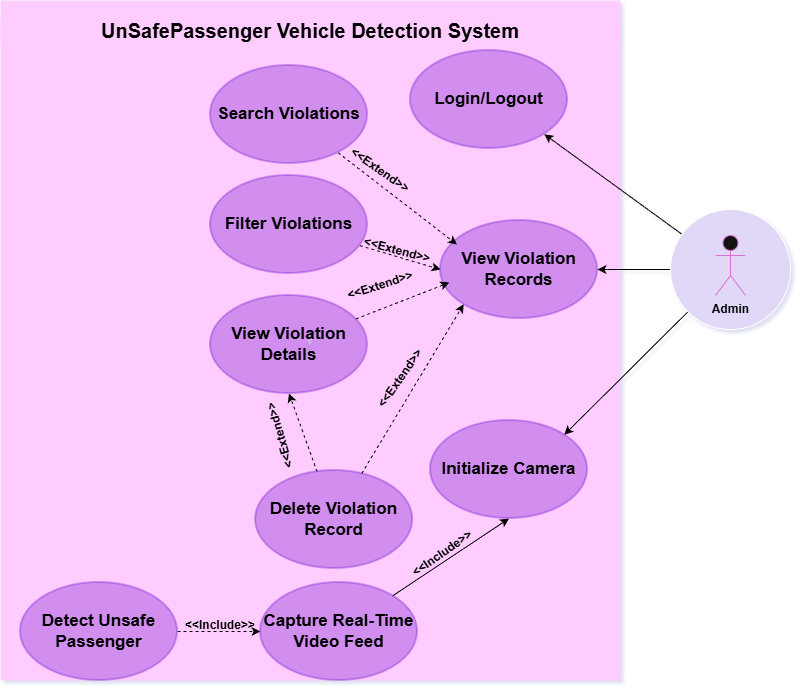
Earlier version of the draw.io export Use Case Diagram.png (safe-ride-AI/unsafe-passenger-detection). Source tidied: cells renumbered, new cells last; positions are measured from the earlier drawing's top-left corner, leaving out a move shared by most shapes.
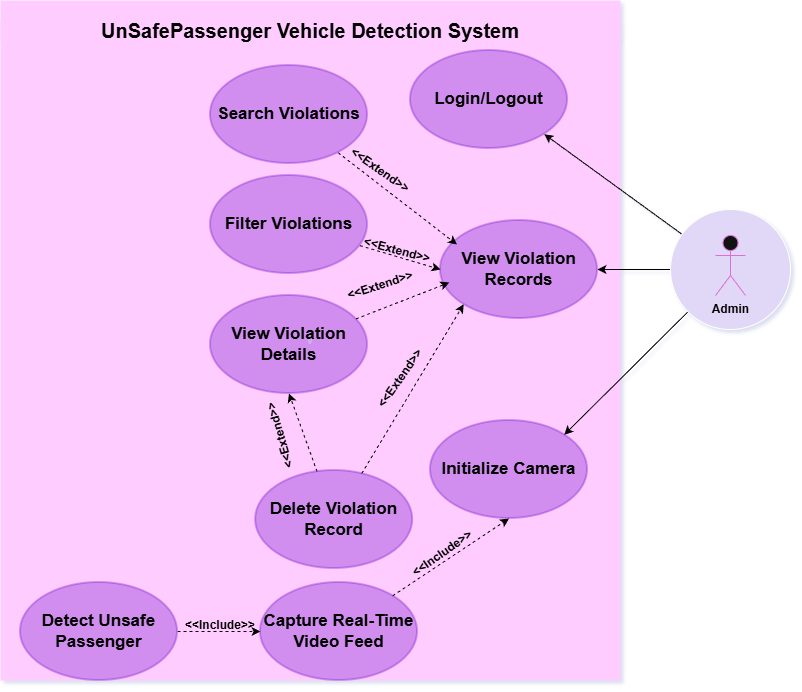
Later version of the same file.

Commit message:
Use case Diagram Updated

The edit, as a diff of the source:
```diff
@@ -5,7 +5,7 @@
     <mxCell id="2" value="v" style="rounded=0;whiteSpace=wrap;html=1;fillColor=light-dark(#FFCCFF,#FFCCFF);strokeColor=none;dashed=1;" parent="1" vertex="1">
       <mxGeometry width="620" height="680" as="geometry" />
     </mxCell>
-    <mxCell id="3" style="rounded=0;jettySize=auto;html=1;entryX=0.5;entryY=1;entryDx=0;entryDy=0;strokeColor=light-dark(#000000,#000000);" parent="1" edge="1" source="4" target="30">
+    <mxCell id="3" style="rounded=0;jettySize=auto;html=1;entryX=0.5;entryY=1;entryDx=0;entryDy=0;strokeColor=light-dark(#000000,#000000);dashed=1;" parent="1" edge="1" source="4" target="30">
       <mxGeometry relative="1" as="geometry" />
     </mxCell>
     <mxCell id="4" value="&lt;font style=&quot;color: light-dark(rgb(0, 0, 0), rgb(0, 0, 0));&quot;&gt;Capture Real-Time Video Feed&lt;/font&gt;" style="ellipse;whiteSpace=wrap;html=1;fillColor=light-dark(#6600CC,#6600CC);fontColor=#000000;strokeColor=light-dark(#6600CC,#6600CC);fillStyle=auto;gradientColor=none;strokeWidth=2;opacity=30;fontSize=17;fontStyle=1;" parent="1" vertex="1">
```
